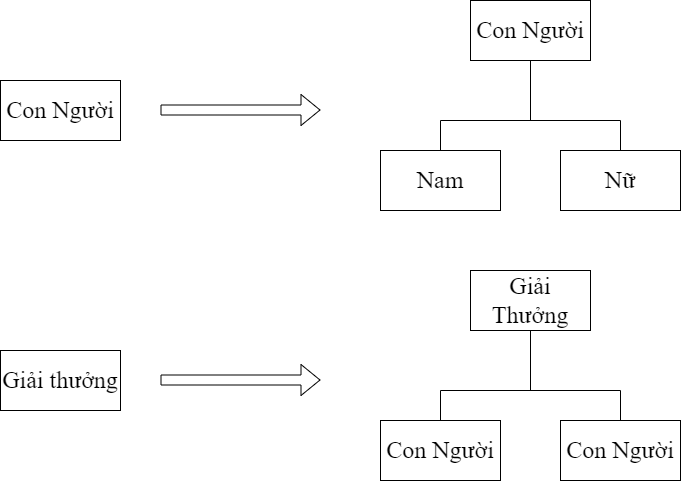
The draw.io diagram Luật thứ hai(trên xuống).png in datnham0212/learning, before a commit. Source tidied: cells renumbered, new cells last; positions are measured from the earlier drawing's top-left corner, leaving out a move shared by most shapes.
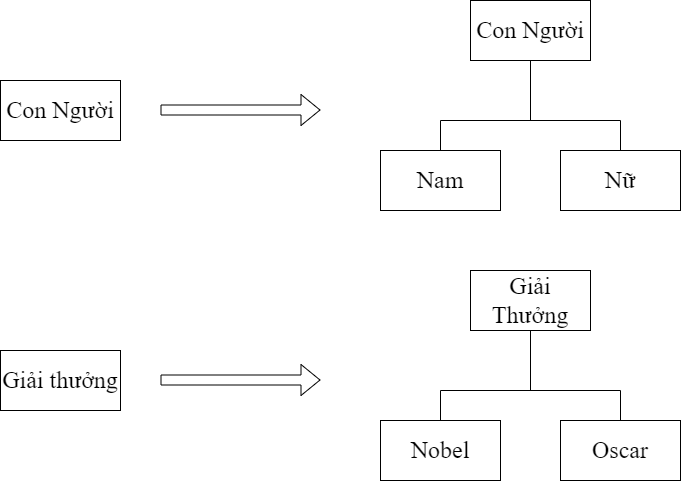
After the change.

Change to the diagram source:
```diff
@@ -56,10 +56,10 @@
     <mxCell id="13" value="Giải Thưởng" style="rounded=0;whiteSpace=wrap;html=1;fontFamily=Times New Roman;fontSize=24;" parent="1" vertex="1">
       <mxGeometry x="470" y="270" width="120" height="60" as="geometry" />
     </mxCell>
-    <mxCell id="14" value="Con Người" style="rounded=0;whiteSpace=wrap;html=1;fontFamily=Times New Roman;fontSize=24;" parent="1" vertex="1">
+    <mxCell id="14" value="Nobel" style="rounded=0;whiteSpace=wrap;html=1;fontFamily=Times New Roman;fontSize=24;" parent="1" vertex="1">
       <mxGeometry x="380" y="420" width="120" height="60" as="geometry" />
     </mxCell>
-    <mxCell id="15" value="Con Người" style="rounded=0;whiteSpace=wrap;html=1;fontFamily=Times New Roman;fontSize=24;" parent="1" vertex="1">
+    <mxCell id="15" value="Oscar" style="rounded=0;whiteSpace=wrap;html=1;fontFamily=Times New Roman;fontSize=24;" parent="1" vertex="1">
       <mxGeometry x="560" y="420" width="120" height="60" as="geometry" />
     </mxCell>
     <mxCell id="16" style="endArrow=none;html=1;rounded=0;" parent="1" edge="1">
```
